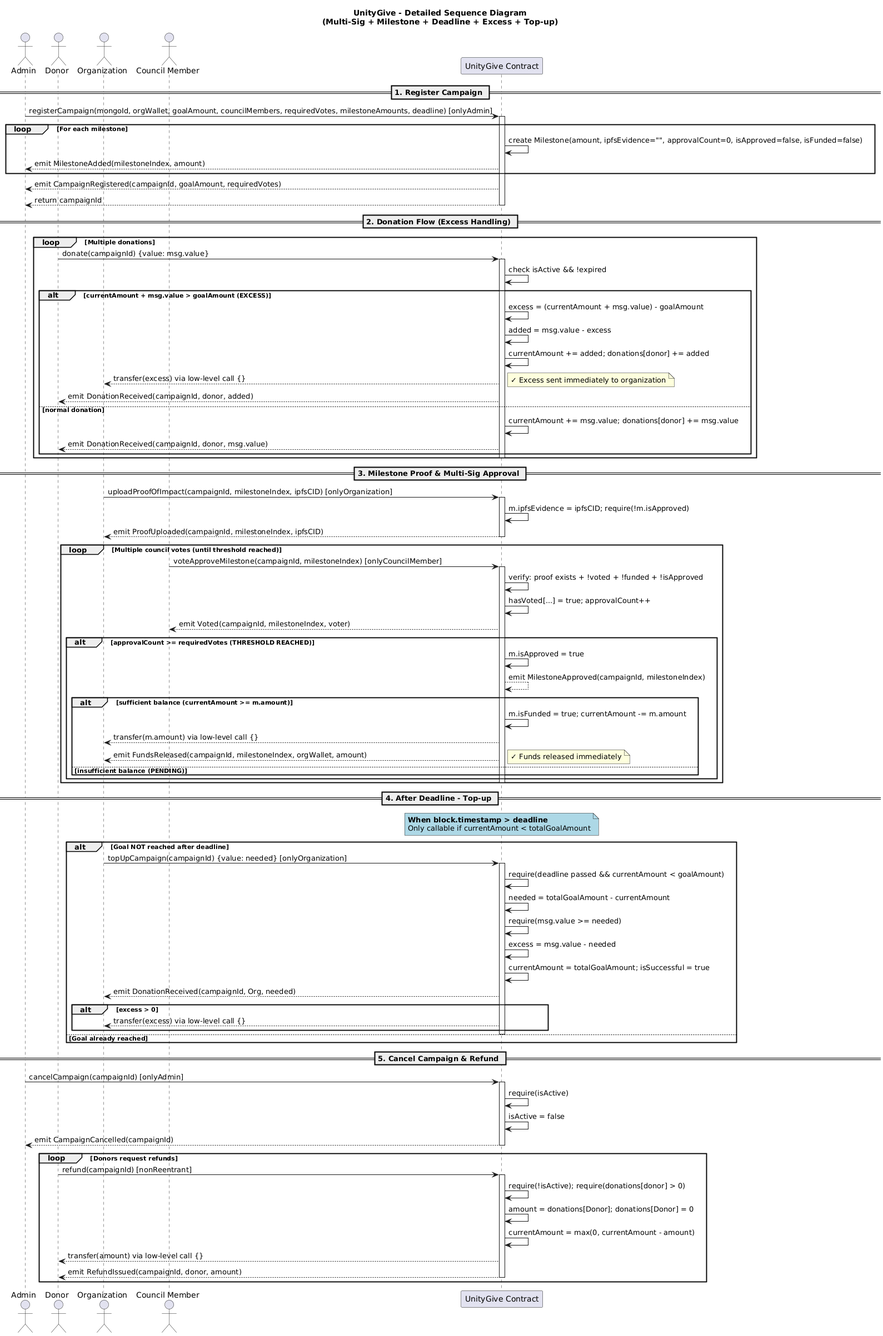
The PlantUML diagram smart-contracts/uml_diagram.png in hnim3103/IE213_UnityGive, before a commit. The source it was exported from:
```plantuml
@startuml
title UnityGive - Detailed Sequence Diagram\n(Multi-Sig + Milestone + Deadline + Excess + Top-up)

actor Admin
actor Donor
actor "Organization" as Org
actor "Council Member" as Council
participant "UnityGive Contract" as Contract

== 1. Register Campaign ==
Admin -> Contract: registerCampaign(mongoId, orgWallet, goalAmount, councilMembers, requiredVotes, milestoneAmounts, deadline) [onlyAdmin]
activate Contract
loop For each milestone
    Contract -> Contract: create Milestone(amount, ipfsEvidence="", approvalCount=0, isApproved=false, isFunded=false)
    Contract --> Admin: emit MilestoneAdded(milestoneIndex, amount)
end
Contract --> Admin: emit CampaignRegistered(campaignId, goalAmount, requiredVotes)
Contract --> Admin: return campaignId
deactivate Contract

== 2. Donation Flow (Excess Handling) ==
loop Multiple donations
    Donor -> Contract: donate(campaignId) {value: msg.value}
    activate Contract
    Contract -> Contract: check isActive && !expired
    alt currentAmount + msg.value > goalAmount (EXCESS)
        Contract -> Contract: excess = (currentAmount + msg.value) - goalAmount
        Contract -> Contract: added = msg.value - excess
        Contract -> Contract: currentAmount += added; donations[donor] += added
        Contract --> Org: transfer(excess) via low-level call {}
        note right: ✓ Excess sent immediately to organization
        Contract --> Donor: emit DonationReceived(campaignId, donor, added)
    else normal donation
        Contract -> Contract: currentAmount += msg.value; donations[donor] += msg.value
        Contract --> Donor: emit DonationReceived(campaignId, donor, msg.value)
    end
    deactivate Contract
end

== 3. Milestone Proof & Multi-Sig Approval ==
Org -> Contract: uploadProofOfImpact(campaignId, milestoneIndex, ipfsCID) [onlyOrganization]
activate Contract
Contract -> Contract: m.ipfsEvidence = ipfsCID; require(!m.isApproved)
Contract --> Org: emit ProofUploaded(campaignId, milestoneIndex, ipfsCID)
deactivate Contract

loop Multiple council votes (until threshold reached)
    Council -> Contract: voteApproveMilestone(campaignId, milestoneIndex) [onlyCouncilMember]
    activate Contract
    Contract -> Contract: verify: proof exists + !voted + !funded + !isApproved
    Contract -> Contract: hasVoted[...] = true; approvalCount++
    Contract --> Council: emit Voted(campaignId, milestoneIndex, voter)

    alt approvalCount >= requiredVotes (THRESHOLD REACHED)
        Contract -> Contract: m.isApproved = true
        Contract --> Contract: emit MilestoneApproved(campaignId, milestoneIndex)

        alt sufficient balance (currentAmount >= m.amount)
            Contract -> Contract: m.isFunded = true; currentAmount -= m.amount
            Contract --> Org: transfer(m.amount) via low-level call {}
            Contract --> Org: emit FundsReleased(campaignId, milestoneIndex, orgWallet, amount)
            note right: ✓ Funds released immediately
        else insufficient balance (PENDING)
            note right: ⏳ Milestone approved but isFunded=false\nWaiting for more donations or top-up
        end
    end
    deactivate Contract
end

== 4. After Deadline - Top-up ==
note over Contract #lightblue
  **When block.timestamp > deadline**
  Only callable if currentAmount < totalGoalAmount
end note

alt Goal NOT reached after deadline
    Org -> Contract: topUpCampaign(campaignId) {value: needed} [onlyOrganization]
    activate Contract
    Contract -> Contract: require(deadline passed && currentAmount < goalAmount)
    Contract -> Contract: needed = totalGoalAmount - currentAmount
    Contract -> Contract: require(msg.value >= needed)
    Contract -> Contract: excess = msg.value - needed
    Contract -> Contract: currentAmount = totalGoalAmount; isSuccessful = true
    Contract --> Org: emit DonationReceived(campaignId, Org, needed)
    alt excess > 0
        Contract --> Org: transfer(excess) via low-level call {}
    end
    deactivate Contract
else Goal already reached
    note right: ✓ No top-up needed\nmilestones proceed normally
end

== 5. Cancel Campaign & Refund ==
Admin -> Contract: cancelCampaign(campaignId) [onlyAdmin]
activate Contract
Contract -> Contract: require(isActive)
Contract -> Contract: isActive = false
Contract --> Admin: emit CampaignCancelled(campaignId)
deactivate Contract

loop Donors request refunds
    Donor -> Contract: refund(campaignId) [nonReentrant]
    activate Contract
    Contract -> Contract: require(!isActive); require(donations[donor] > 0)
    Contract -> Contract: amount = donations[Donor]; donations[Donor] = 0
    Contract -> Contract: currentAmount = max(0, currentAmount - amount)
    Contract --> Donor: transfer(amount) via low-level call {}
    Contract --> Donor: emit RefundIssued(campaignId, donor, amount)
    deactivate Contract
end
@enduml
```
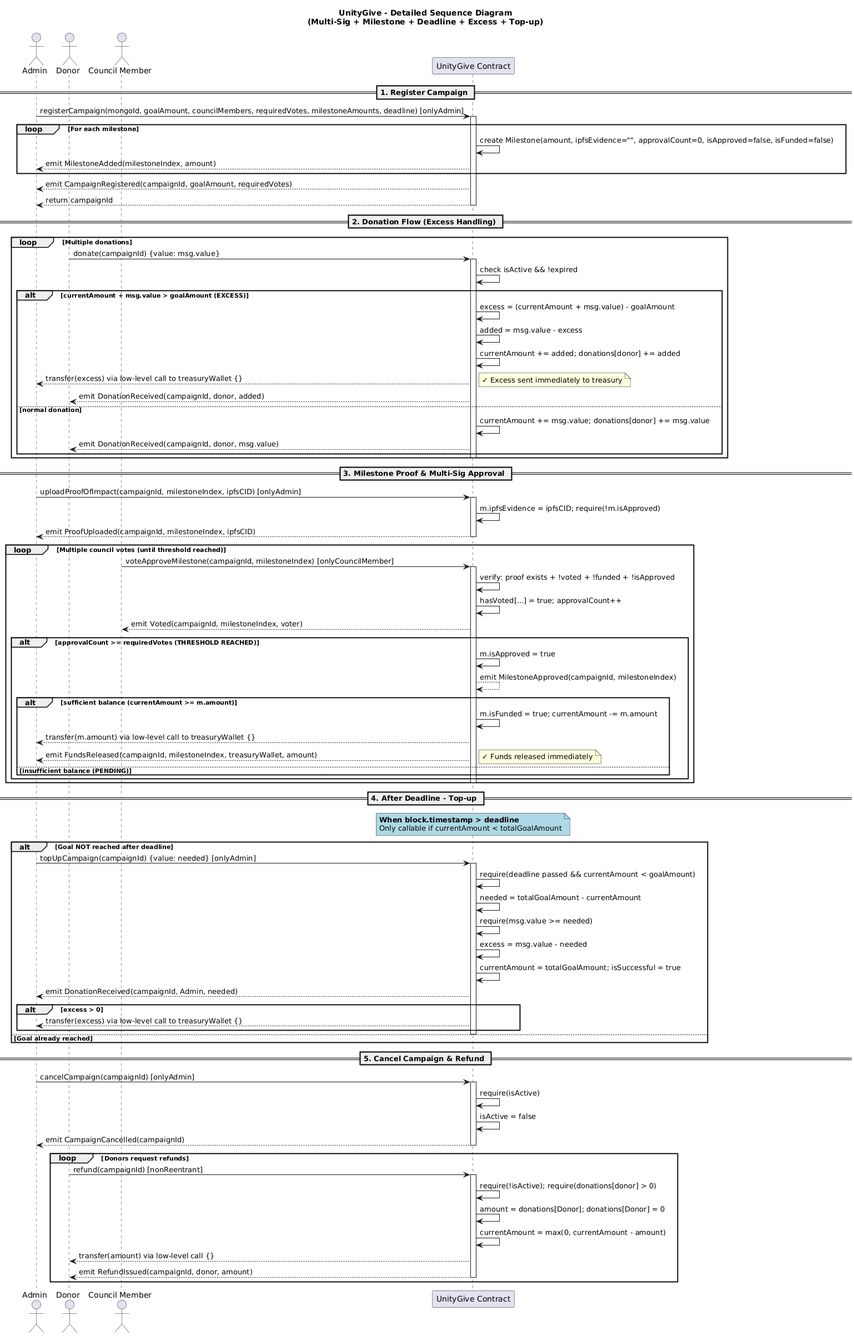
Above is the later version.

Change to the diagram source:
```diff
@@ -3,12 +3,12 @@
 
 actor Admin
 actor Donor
-actor "Organization" as Org
+
 actor "Council Member" as Council
 participant "UnityGive Contract" as Contract
 
 == 1. Register Campaign ==
-Admin -> Contract: registerCampaign(mongoId, orgWallet, goalAmount, councilMembers, requiredVotes, milestoneAmounts, deadline) [onlyAdmin]
+Admin -> Contract: registerCampaign(mongoId, goalAmount, councilMembers, requiredVotes, milestoneAmounts, deadline) [onlyAdmin]
 activate Contract
 loop For each milestone
     Contract -> Contract: create Milestone(amount, ipfsEvidence="", approvalCount=0, isApproved=false, isFunded=false)
@@ -27,8 +27,8 @@
         Contract -> Contract: excess = (currentAmount + msg.value) - goalAmount
         Contract -> Contract: added = msg.value - excess
         Contract -> Contract: currentAmount += added; donations[donor] += added
-        Contract --> Org: transfer(excess) via low-level call {}
-        note right: ✓ Excess sent immediately to organization
+        Contract --> Admin: transfer(excess) via low-level call to treasuryWallet {}
+        note right: ✓ Excess sent immediately to treasury
         Contract --> Donor: emit DonationReceived(campaignId, donor, added)
     else normal donation
         Contract -> Contract: currentAmount += msg.value; donations[donor] += msg.value
@@ -38,10 +38,10 @@
 end
 
 == 3. Milestone Proof & Multi-Sig Approval ==
-Org -> Contract: uploadProofOfImpact(campaignId, milestoneIndex, ipfsCID) [onlyOrganization]
+Admin -> Contract: uploadProofOfImpact(campaignId, milestoneIndex, ipfsCID) [onlyAdmin]
 activate Contract
 Contract -> Contract: m.ipfsEvidence = ipfsCID; require(!m.isApproved)
-Contract --> Org: emit ProofUploaded(campaignId, milestoneIndex, ipfsCID)
+Contract --> Admin: emit ProofUploaded(campaignId, milestoneIndex, ipfsCID)
 deactivate Contract
 
 loop Multiple council votes (until threshold reached)
@@ -57,8 +57,8 @@
 
         alt sufficient balance (currentAmount >= m.amount)
             Contract -> Contract: m.isFunded = true; currentAmount -= m.amount
-            Contract --> Org: transfer(m.amount) via low-level call {}
-            Contract --> Org: emit FundsReleased(campaignId, milestoneIndex, orgWallet, amount)
+            Contract --> Admin: transfer(m.amount) via low-level call to treasuryWallet {}
+            Contract --> Admin: emit FundsReleased(campaignId, milestoneIndex, treasuryWallet, amount)
             note right: ✓ Funds released immediately
         else insufficient balance (PENDING)
             note right: ⏳ Milestone approved but isFunded=false\nWaiting for more donations or top-up
@@ -74,16 +74,16 @@
 end note
 
 alt Goal NOT reached after deadline
-    Org -> Contract: topUpCampaign(campaignId) {value: needed} [onlyOrganization]
+    Admin -> Contract: topUpCampaign(campaignId) {value: needed} [onlyAdmin]
     activate Contract
     Contract -> Contract: require(deadline passed && currentAmount < goalAmount)
     Contract -> Contract: needed = totalGoalAmount - currentAmount
     Contract -> Contract: require(msg.value >= needed)
     Contract -> Contract: excess = msg.value - needed
     Contract -> Contract: currentAmount = totalGoalAmount; isSuccessful = true
-    Contract --> Org: emit DonationReceived(campaignId, Org, needed)
+    Contract --> Admin: emit DonationReceived(campaignId, Admin, needed)
     alt excess > 0
-        Contract --> Org: transfer(excess) via low-level call {}
+        Contract --> Admin: transfer(excess) via low-level call to treasuryWallet {}
     end
     deactivate Contract
 else Goal already reached
```
